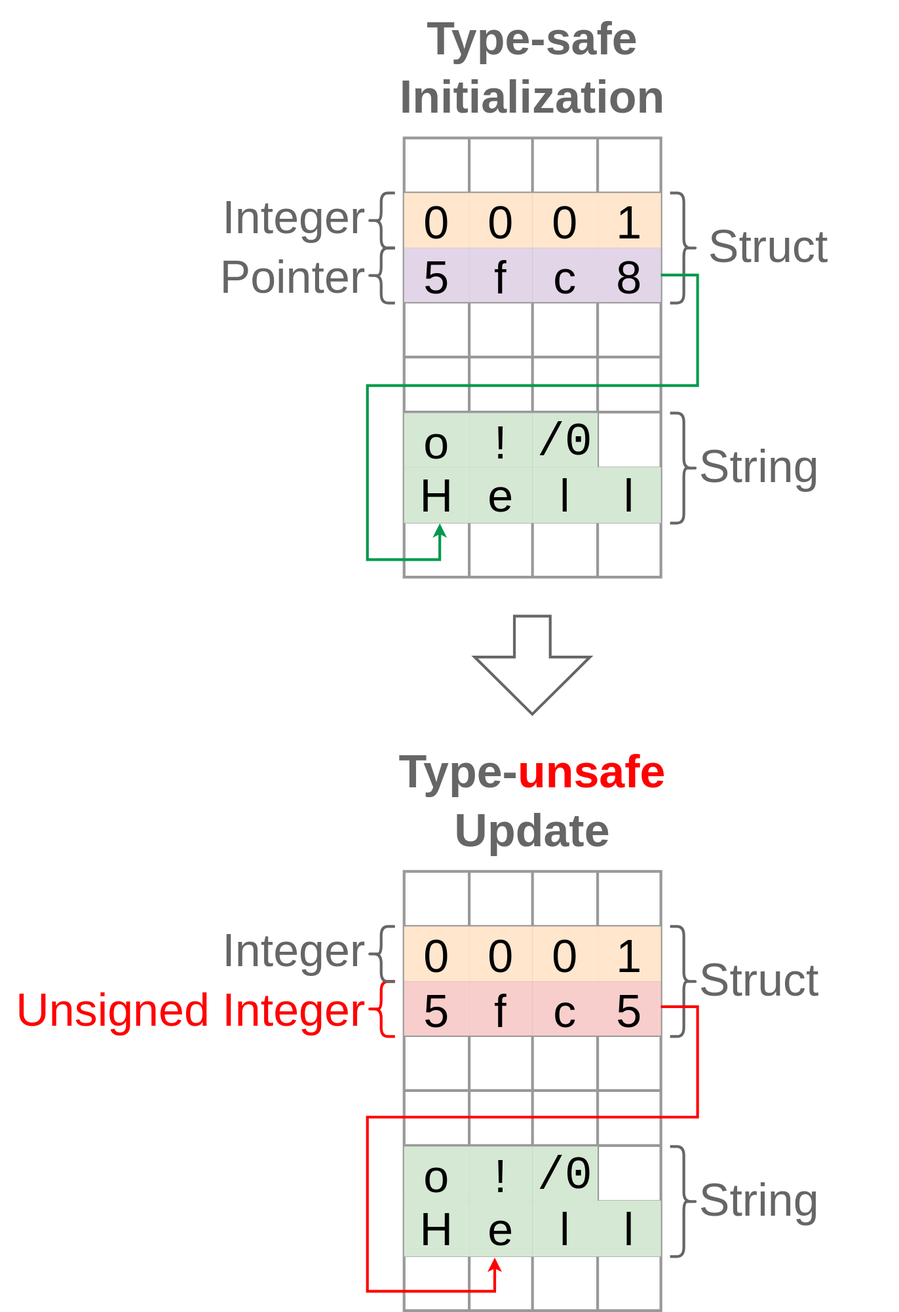
Above: docs/chp4/safety_type_grow_up.svg in tnballo/high-assurance-rust (draw.io), before the change. Source tidied: cells renumbered, new cells last; positions are measured from the earlier drawing's top-left corner, leaving out a move shared by most shapes.
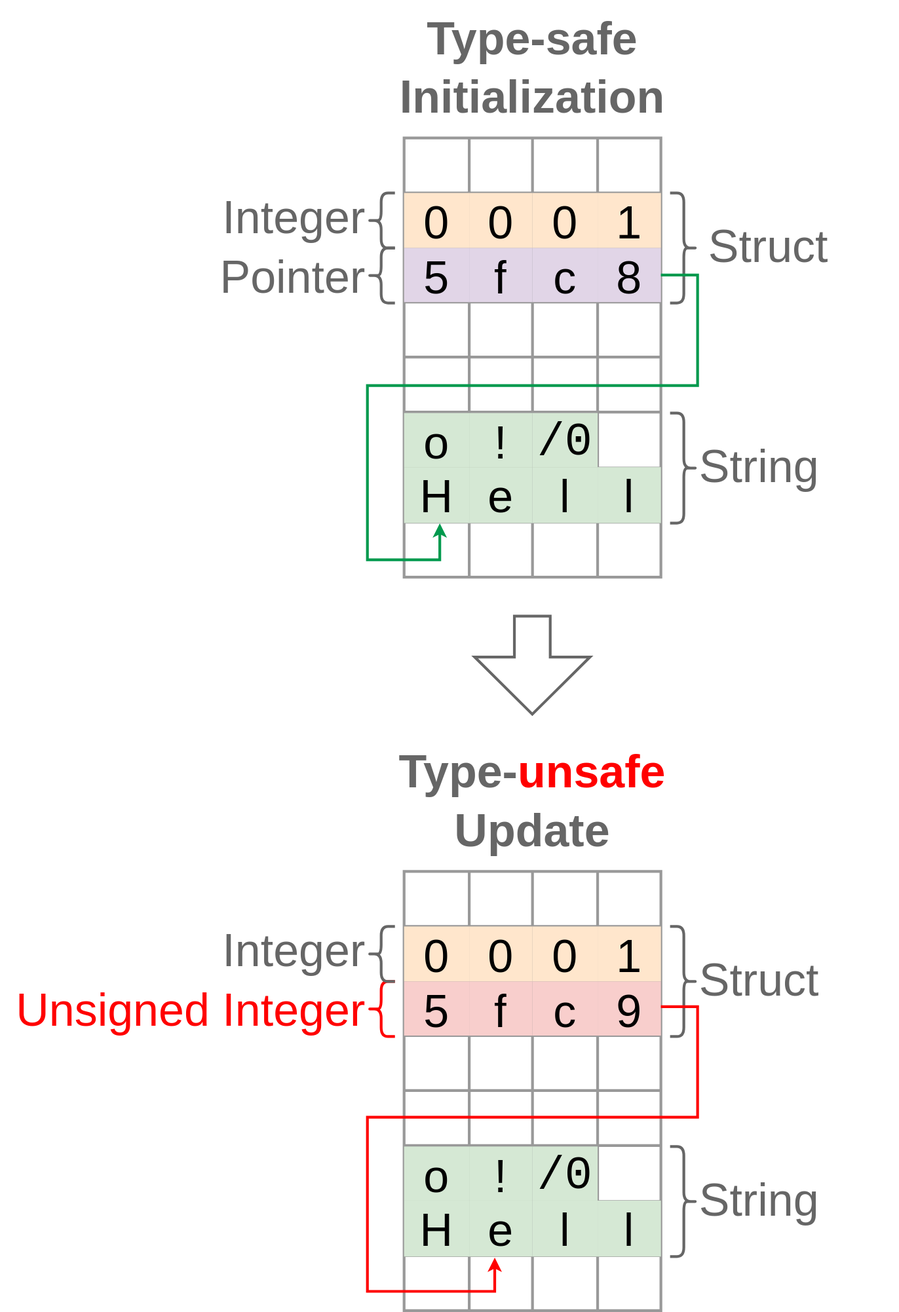
Above is the later version.

Commit message:
Generate site

Diff of the diagram source:
```diff
@@ -188,7 +188,7 @@
     <mxCell id="63" value="&lt;font style=&quot;font-size: 50px;&quot;&gt;c&lt;/font&gt;" style="shape=partialRectangle;html=1;whiteSpace=wrap;overflow=hidden;fillColor=#f8cecc;top=0;left=0;bottom=0;right=0;strokeWidth=3;strokeColor=#b85450;" parent="60" vertex="1">
       <mxGeometry x="140" width="71" height="59" as="geometry" />
     </mxCell>
-    <mxCell id="64" value="&lt;font style=&quot;font-size: 50px;&quot;&gt;5&lt;/font&gt;" style="shape=partialRectangle;html=1;whiteSpace=wrap;overflow=hidden;fillColor=#f8cecc;top=0;left=0;bottom=0;right=0;strokeWidth=3;strokeColor=#b85450;" parent="60" vertex="1">
+    <mxCell id="64" value="&lt;font style=&quot;font-size: 50px;&quot;&gt;9&lt;/font&gt;" style="shape=partialRectangle;html=1;whiteSpace=wrap;overflow=hidden;fillColor=#f8cecc;top=0;left=0;bottom=0;right=0;strokeWidth=3;strokeColor=#b85450;" parent="60" vertex="1">
       <mxGeometry x="211" width="69" height="59" as="geometry" />
     </mxCell>
     <mxCell id="65" style="shape=tableRow;horizontal=0;startSize=0;swimlaneHead=0;swimlaneBody=0;top=0;left=0;bottom=0;right=0;fillColor=none;" parent="49" vertex="1">
```
